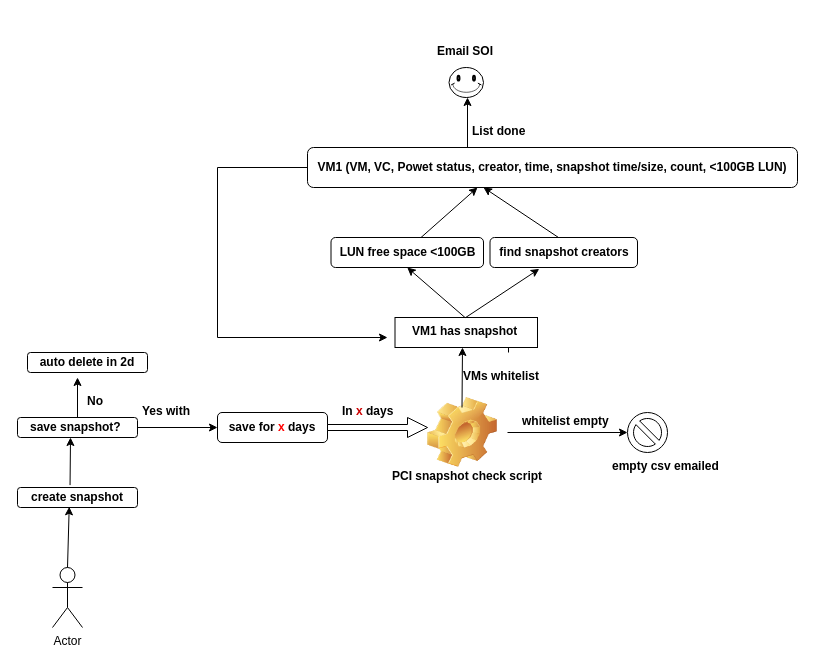
shfy70/test keeps this draw.io diagram as Untitled Diagram.drawio. Above is the earlier version. Source tidied: cells renumbered, new cells numbered last; positions are measured from the earlier drawing's top-left corner, leaving out a move shared by most shapes. Both pictures are drawn from the tidied source at 100%, with x=0, y=0 at pixel (17, 27).
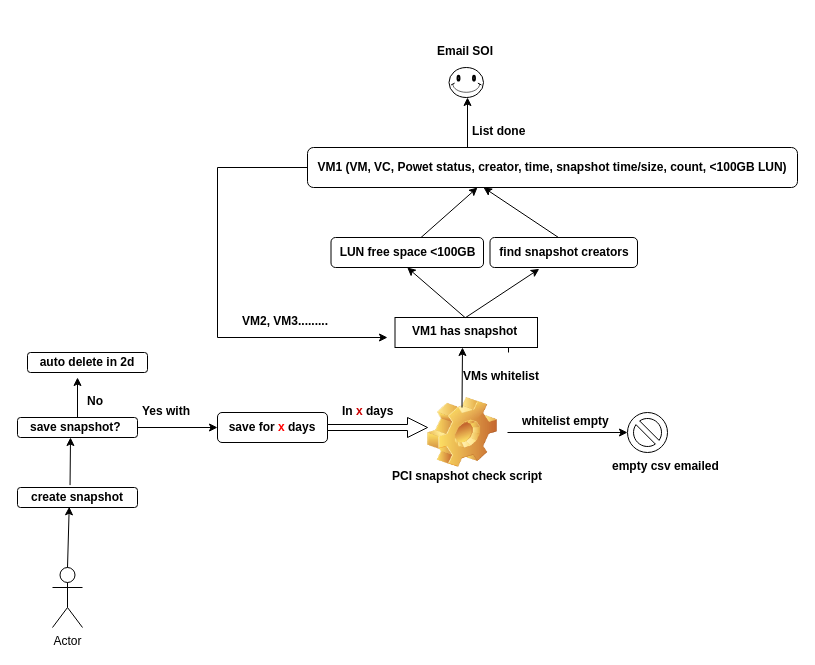
The same page after the edit.

What changed in the source:
```diff
@@
+    <mxCell id="38" value="&lt;h1&gt;&lt;font style=&quot;font-size: 12px;&quot;&gt;VM2, VM3.........&lt;/font&gt;&lt;/h1&gt;" style="text;html=1;strokeColor=none;fillColor=none;spacing=5;spacingTop=-20;whiteSpace=wrap;overflow=hidden;rounded=0;" parent="1" vertex="1">
+      <mxGeometry x="220" y="270" width="100" height="40" as="geometry" />
+    </mxCell>
```
